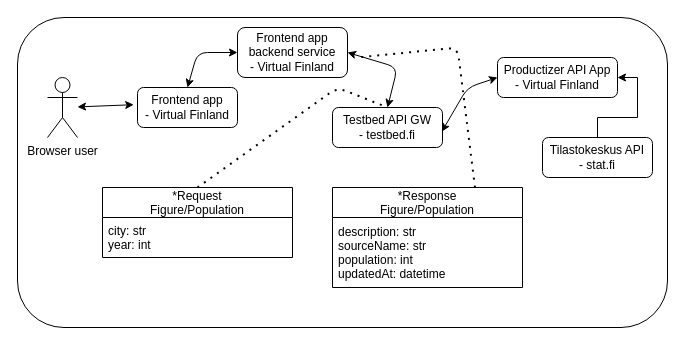
Earlier version of the draw.io diagram docs/test-productizer-testbed.drawio (Virtual-Finland-Development/test-productizer). Source tidied: cells renumbered, new cells numbered last; positions are measured from the earlier drawing's top-left corner, leaving out a move shared by most shapes. Both pictures are drawn from the tidied source at 100%, with x=0, y=0 at pixel (17, 17).
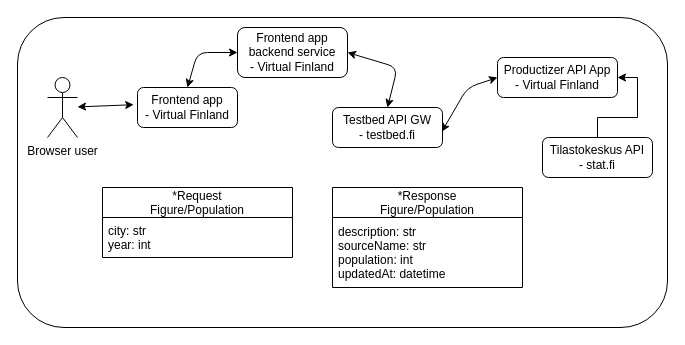
Above is the later version.

Commit message (it also covers changes not shown here):
docs: cleaner graph

Unchanged cells that the change refers to:
```xml
<mxCell id="10" value="*Response&#10;Figure/Population" style="swimlane;fontStyle=0;horizontal=1;startSize=30;" parent="1" vertex="1">
  <mxGeometry x="315" y="170" width="190" height="100" as="geometry" />
</mxCell>
<mxCell id="12" value="*Request&#10;Figure/Population" style="swimlane;fontStyle=0;horizontal=1;startSize=30;" parent="1" vertex="1">
  <mxGeometry x="85" y="170" width="190" height="70" as="geometry" />
</mxCell>
```

Diff of the diagram source:
```diff
@@
-    <mxCell id="18" style="endArrow=none;dashed=1;html=1;dashPattern=1 3;strokeWidth=2;exitX=0.75;exitY=0;exitDx=0;exitDy=0;" parent="1" edge="1" source="10">
-      <mxGeometry relative="1" as="geometry">
-        <mxPoint x="340" y="40" as="targetPoint" />
-        <Array as="points">
-          <mxPoint x="440" y="30" />
-        </Array>
-      </mxGeometry>
-    </mxCell>
-    <mxCell id="19" style="endArrow=none;dashed=1;html=1;dashPattern=1 3;strokeWidth=2;exitX=0.5;exitY=0;exitDx=0;exitDy=0;" parent="1" edge="1" source="12">
-      <mxGeometry relative="1" as="geometry">
-        <mxPoint x="370" y="90" as="targetPoint" />
-        <Array as="points">
-          <mxPoint x="320" y="70" />
-        </Array>
-      </mxGeometry>
-    </mxCell>
```
